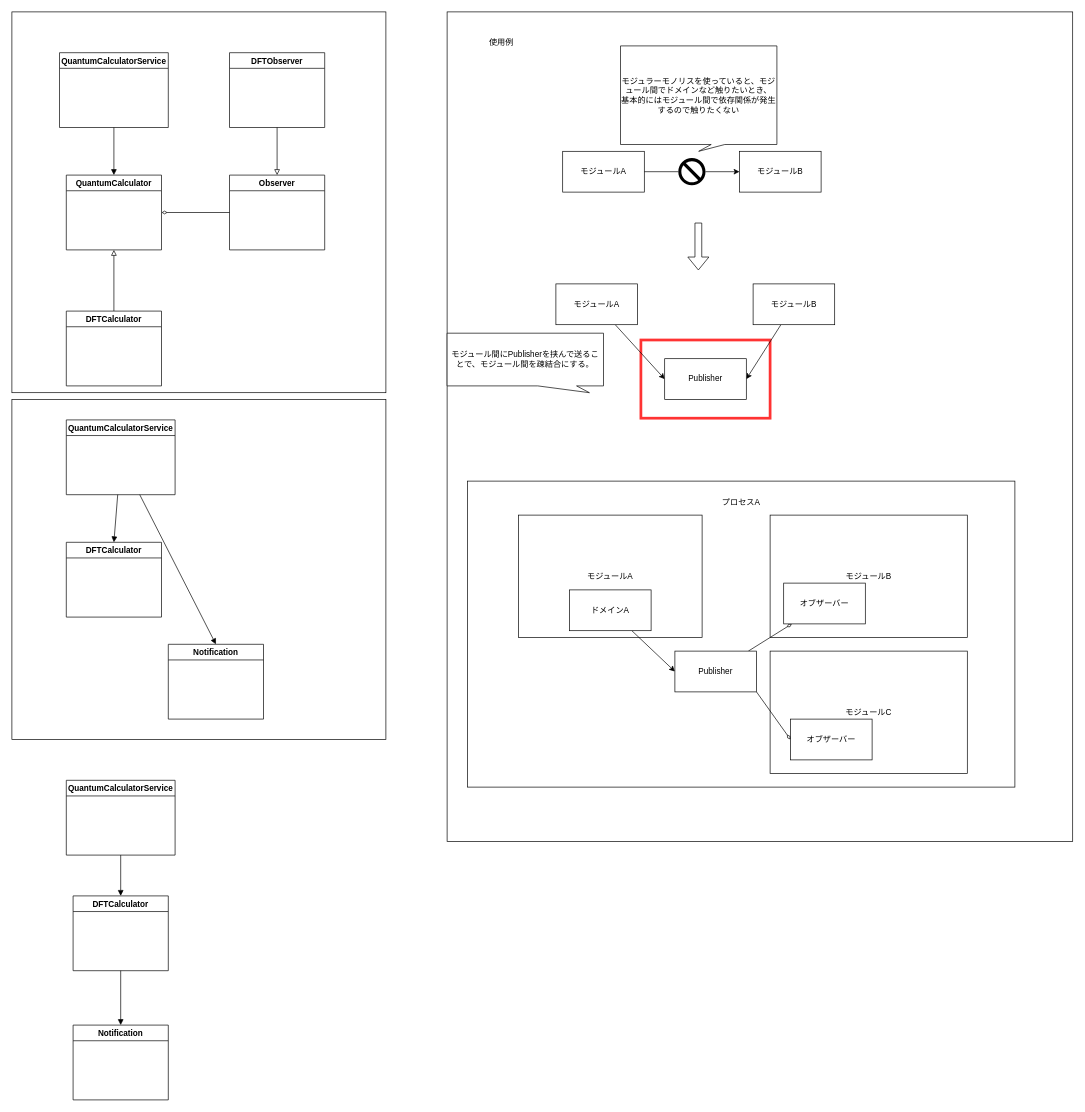
Earlier version of the draw.io diagram src/observer/docs/class.drawio (Kota-Yamaguchi/ts-design-pattern). Source tidied: cells renumbered, new cells numbered last; positions are measured from the earlier drawing's top-left corner, leaving out a move shared by most shapes. Both pictures are drawn from the tidied source at 68%, with x=0, y=0 at pixel (12, 12).
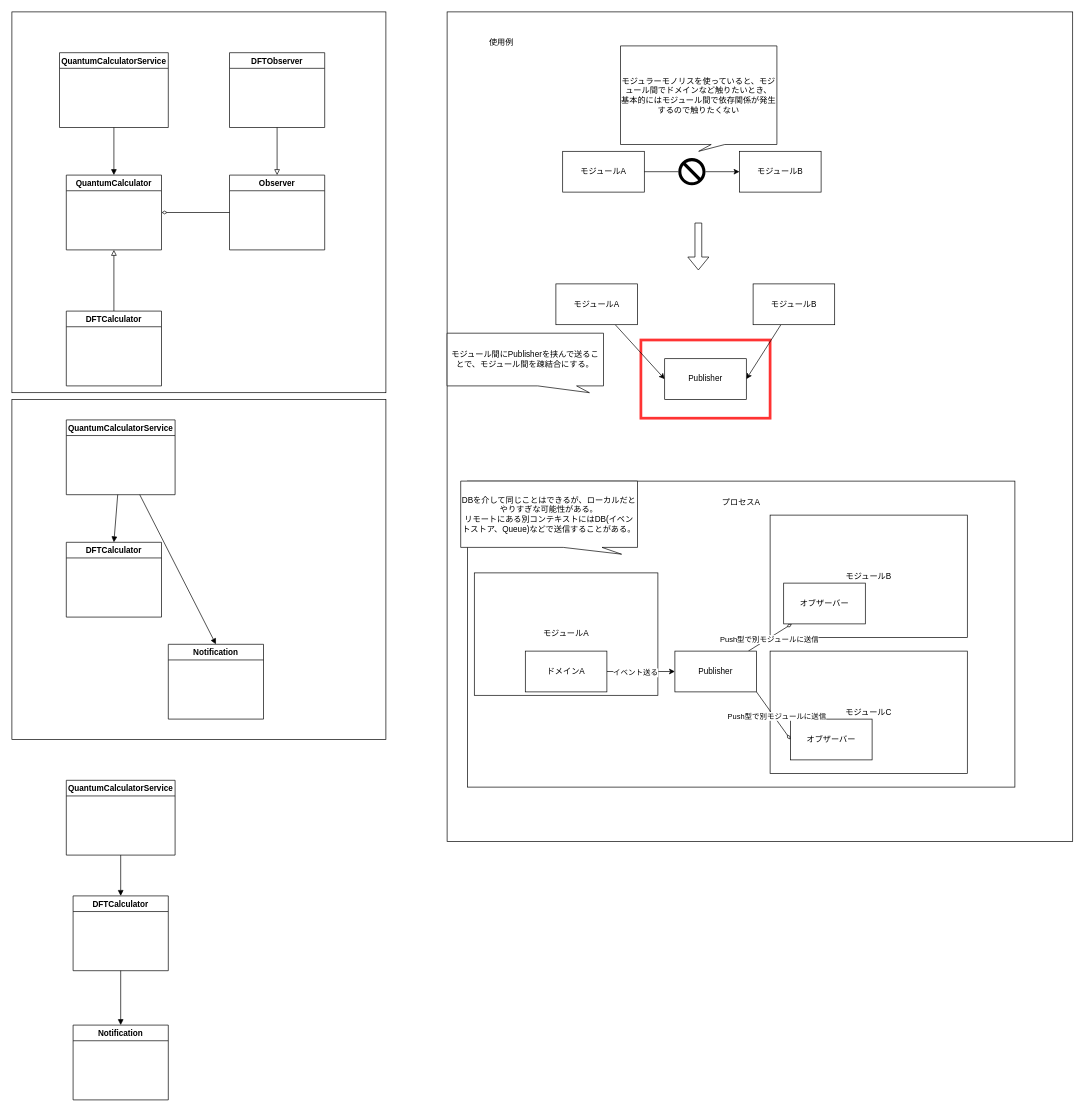
After the change.

The change refers to these unchanged cells:
```xml
<mxCell id="40" style="edgeStyle=none;html=1;entryX=0;entryY=0.5;entryDx=0;entryDy=0;" parent="1" edge="1" source="41" target="44">
  <mxGeometry relative="1" as="geometry" />
</mxCell>
<mxCell id="43" style="edgeStyle=none;html=1;endArrow=diamondThin;endFill=0;" parent="1" edge="1" source="44" target="45">
  <mxGeometry relative="1" as="geometry" />
</mxCell>
<mxCell id="48" style="edgeStyle=none;html=1;endArrow=diamondThin;endFill=0;entryX=0;entryY=0.5;entryDx=0;entryDy=0;exitX=1;exitY=1;exitDx=0;exitDy=0;" parent="1" edge="1" source="44" target="47">
  <mxGeometry relative="1" as="geometry" />
</mxCell>
```

Change to the diagram source:
```diff
@@
     <mxCell id="39" value="モジュールA" style="rounded=0;whiteSpace=wrap;html=1;" parent="1" vertex="1">
-      <mxGeometry x="745" y="740" width="270" height="180" as="geometry" />
+      <mxGeometry x="680" y="825" width="270" height="180" as="geometry" />
     </mxCell>
@@
+    <mxCell id="50" value="イベント送る" style="edgeLabel;html=1;align=center;verticalAlign=middle;" parent="40" vertex="1">
+      <mxGeometry x="-0.18" relative="1" as="geometry">
+        <mxPoint y="1" as="offset" />
+      </mxGeometry>
+    </mxCell>
     <mxCell id="41" value="ドメインA" style="rounded=0;whiteSpace=wrap;html=1;" parent="1" vertex="1">
-      <mxGeometry x="820" y="850" width="120" height="60" as="geometry" />
+      <mxGeometry x="755" y="940" width="120" height="60" as="geometry" />
     </mxCell>
@@
+    <mxCell id="51" value="Push型で別モジュールに送信" style="edgeLabel;html=1;align=center;verticalAlign=middle;" parent="43" vertex="1">
+      <mxGeometry x="-0.07" y="-1" relative="1" as="geometry" />
+    </mxCell>
@@
+    <mxCell id="52" value="Push型で別モジュールに送信" style="edgeLabel;html=1;align=center;verticalAlign=middle;" parent="48" vertex="1">
+      <mxGeometry x="0.06" y="4" relative="1" as="geometry" />
+    </mxCell>
@@
+    <mxCell id="53" value="DBを介して同じことはできるが、ローカルだとやりすぎな可能性がある。&lt;br&gt;リモートにある別コンテキストにはDB(イベントストア、Queue)などで送信することがある。" style="shape=callout;whiteSpace=wrap;html=1;perimeter=calloutPerimeter;size=10;position=0.58;base=57;position2=0.91;" parent="1" vertex="1">
+      <mxGeometry x="660" y="690" width="260" height="107.5" as="geometry" />
+    </mxCell>
```
